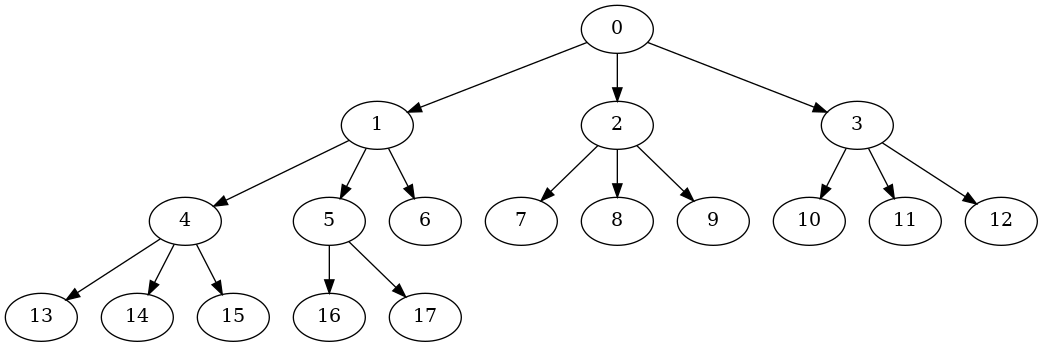
Above: graph.png in 1mchlkrpch/RuhovichAlgos (Graphviz), before the change. Its source is kept beside it as graph.dot.
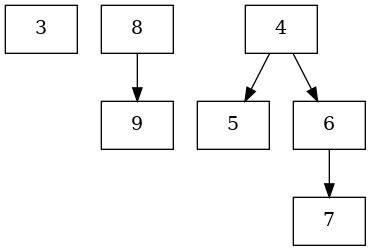
The same file after the commit.

The edit, as a diff of the source:
```diff
@@ -1,19 +1,24 @@
-digraph G {
-	0 -> 1
-	0 -> 2
-	0 -> 3
-	1 -> 4
-	1 -> 5
-	1 -> 6
-	2 -> 7
-	2 -> 8
-	2 -> 9
-	3 -> 10
-	3 -> 11
-	3 -> 12
-	4 -> 13
-	4 -> 14
-	4 -> 15
-	5 -> 16
-	5 -> 17
+digraph HeapGraph {
+n94475696394096[shape="rectangle" label="3"]
+
+n94475696394576[shape="rectangle" label="8"]
+
+n94475696394672[shape="rectangle" label="9"]
+
+n94475696394576 -> n94475696394672
+
+n94475696394192[shape="rectangle" label="4"]
+
+n94475696394288[shape="rectangle" label="5"]
+
+n94475696394384[shape="rectangle" label="6"]
+
+n94475696394480[shape="rectangle" label="7"]
+
+n94475696394192 -> n94475696394288
+
+n94475696394192 -> n94475696394384
+
+n94475696394384 -> n94475696394480
+
 }
```
